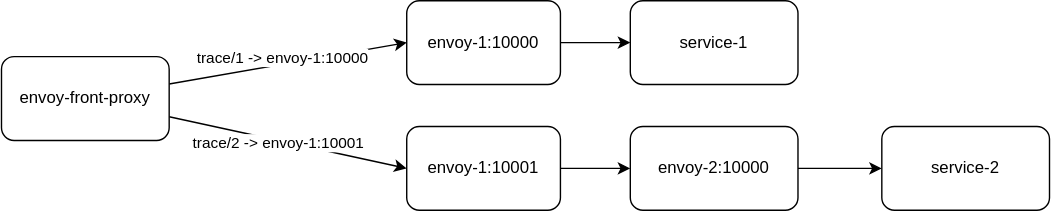
Earlier version of the draw.io export opentelemetry/diagram.drawio.svg (nakamasato/envoy-training). Source tidied: cells renumbered, new cells last; positions are measured from the earlier drawing's top-left corner, leaving out a move shared by most shapes. Its diagram source:
```xml
<mxGraphModel>
  <root>
    <mxCell id="0" />
    <mxCell id="1" parent="0" />
    <mxCell id="2" style="edgeStyle=none;html=1;entryX=0;entryY=0.5;entryDx=0;entryDy=0;" parent="1" edge="1" source="6" target="8">
      <mxGeometry relative="1" as="geometry" />
    </mxCell>
    <mxCell id="3" value="trace/1 -&amp;gt; envoy-1:10000" style="edgeLabel;html=1;align=center;verticalAlign=middle;" parent="2" vertex="1">
      <mxGeometry x="-0.43" y="1" relative="1" as="geometry">
        <mxPoint x="32" y="-10" as="offset" />
      </mxGeometry>
    </mxCell>
    <mxCell id="4" style="edgeStyle=none;html=1;entryX=0;entryY=0.5;entryDx=0;entryDy=0;" parent="1" edge="1" source="6" target="10">
      <mxGeometry relative="1" as="geometry" />
    </mxCell>
    <mxCell id="5" value="trace/2 -&amp;gt; envoy-1:10001" style="edgeLabel;html=1;align=center;verticalAlign=middle;" parent="4" vertex="1">
      <mxGeometry x="-0.08" y="-1" relative="1" as="geometry" />
    </mxCell>
    <mxCell id="6" value="envoy-front-proxy" style="rounded=1;whiteSpace=wrap;html=1;" parent="1" vertex="1">
      <mxGeometry y="40" width="120" height="60" as="geometry" />
    </mxCell>
    <mxCell id="7" style="edgeStyle=none;html=1;entryX=0;entryY=0.5;entryDx=0;entryDy=0;" parent="1" edge="1" source="8" target="11">
      <mxGeometry relative="1" as="geometry" />
    </mxCell>
    <mxCell id="8" value="envoy-1:10000" style="rounded=1;whiteSpace=wrap;html=1;" parent="1" vertex="1">
      <mxGeometry x="290" width="110" height="60" as="geometry" />
    </mxCell>
    <mxCell id="9" style="edgeStyle=none;html=1;" parent="1" edge="1" source="10" target="13">
      <mxGeometry relative="1" as="geometry" />
    </mxCell>
    <mxCell id="10" value="envoy-1:10001" style="rounded=1;whiteSpace=wrap;html=1;" parent="1" vertex="1">
      <mxGeometry x="290" y="90" width="110" height="60" as="geometry" />
    </mxCell>
    <mxCell id="11" value="service-1" style="rounded=1;whiteSpace=wrap;html=1;" parent="1" vertex="1">
      <mxGeometry x="450" width="120" height="60" as="geometry" />
    </mxCell>
    <mxCell id="12" style="edgeStyle=none;html=1;" parent="1" edge="1" source="13" target="14">
      <mxGeometry relative="1" as="geometry" />
    </mxCell>
    <mxCell id="13" value="envoy-2:10000" style="rounded=1;whiteSpace=wrap;html=1;" parent="1" vertex="1">
      <mxGeometry x="450" y="90" width="120" height="60" as="geometry" />
    </mxCell>
    <mxCell id="14" value="service-2" style="rounded=1;whiteSpace=wrap;html=1;" parent="1" vertex="1">
      <mxGeometry x="630" y="90" width="120" height="60" as="geometry" />
    </mxCell>
  </root>
</mxGraphModel>
```
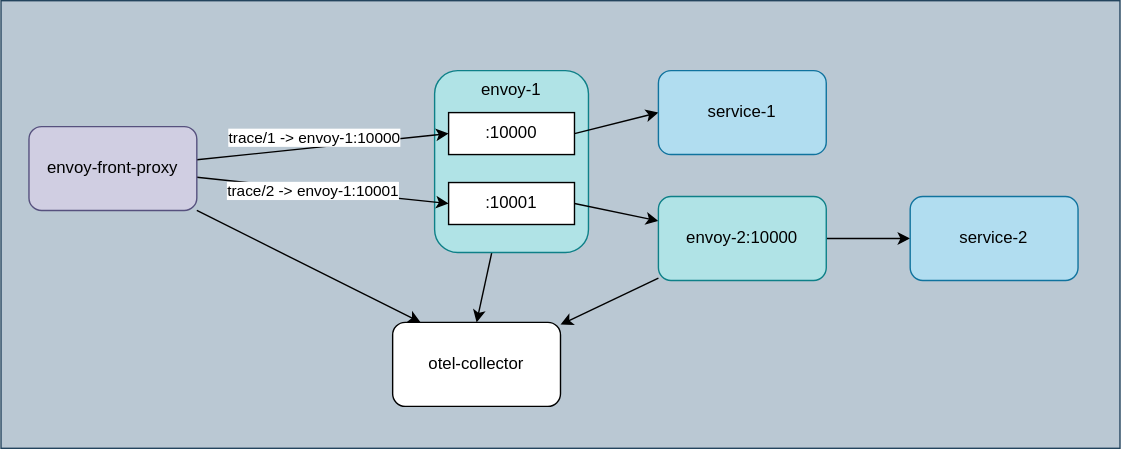
The same diagram one commit later.

Change to the diagram source:
```diff
@@ -2,7 +2,16 @@
   <root>
     <mxCell id="0" />
     <mxCell id="1" parent="0" />
+    <mxCell id="15" style="rounded=0;whiteSpace=wrap;html=1;fillColor=#bac8d3;strokeColor=#23445d;" parent="1" vertex="1">
+      <mxGeometry x="-20" y="-50" width="800" height="320" as="geometry" />
+    </mxCell>
+    <mxCell id="16" style="edgeStyle=none;html=1;entryX=0.5;entryY=0;entryDx=0;entryDy=0;" parent="1" edge="1" source="8" target="21">
+      <mxGeometry relative="1" as="geometry" />
+    </mxCell>
+    <mxCell id="8" value="envoy-1" style="rounded=1;whiteSpace=wrap;html=1;fillColor=#b0e3e6;strokeColor=#0e8088;verticalAlign=top;" parent="1" vertex="1">
+      <mxGeometry x="290" width="110" height="130" as="geometry" />
+    </mxCell>
-    <mxCell id="2" style="edgeStyle=none;html=1;entryX=0;entryY=0.5;entryDx=0;entryDy=0;" parent="1" edge="1" source="6" target="8">
+    <mxCell id="2" style="edgeStyle=none;html=1;entryX=0;entryY=0.5;entryDx=0;entryDy=0;" parent="1" edge="1" source="6" target="19">
       <mxGeometry relative="1" as="geometry" />
     </mxCell>
     <mxCell id="3" value="trace/1 -&amp;gt; envoy-1:10000" style="edgeLabel;html=1;align=center;verticalAlign=middle;" parent="2" vertex="1">
@@ -10,38 +19,47 @@
         <mxPoint x="32" y="-10" as="offset" />
       </mxGeometry>
     </mxCell>
-    <mxCell id="4" style="edgeStyle=none;html=1;entryX=0;entryY=0.5;entryDx=0;entryDy=0;" parent="1" edge="1" source="6" target="10">
+    <mxCell id="4" style="edgeStyle=none;html=1;entryX=0;entryY=0.5;entryDx=0;entryDy=0;" parent="1" edge="1" source="6" target="20">
       <mxGeometry relative="1" as="geometry" />
     </mxCell>
     <mxCell id="5" value="trace/2 -&amp;gt; envoy-1:10001" style="edgeLabel;html=1;align=center;verticalAlign=middle;" parent="4" vertex="1">
       <mxGeometry x="-0.08" y="-1" relative="1" as="geometry" />
     </mxCell>
+    <mxCell id="17" style="edgeStyle=none;html=1;entryX=0.167;entryY=0;entryDx=0;entryDy=0;entryPerimeter=0;" parent="1" edge="1" source="6" target="21">
+      <mxGeometry relative="1" as="geometry" />
+    </mxCell>
-    <mxCell id="6" value="envoy-front-proxy" style="rounded=1;whiteSpace=wrap;html=1;" parent="1" vertex="1">
+    <mxCell id="6" value="envoy-front-proxy" style="rounded=1;whiteSpace=wrap;html=1;fillColor=#d0cee2;strokeColor=#56517e;" parent="1" vertex="1">
       <mxGeometry y="40" width="120" height="60" as="geometry" />
     </mxCell>
-    <mxCell id="7" style="edgeStyle=none;html=1;entryX=0;entryY=0.5;entryDx=0;entryDy=0;" parent="1" edge="1" source="8" target="11">
+    <mxCell id="7" style="edgeStyle=none;html=1;entryX=0;entryY=0.5;entryDx=0;entryDy=0;exitX=1;exitY=0.5;exitDx=0;exitDy=0;" parent="1" edge="1" source="19" target="11">
       <mxGeometry relative="1" as="geometry" />
     </mxCell>
-    <mxCell id="8" value="envoy-1:10000" style="rounded=1;whiteSpace=wrap;html=1;" parent="1" vertex="1">
-      <mxGeometry x="290" width="110" height="60" as="geometry" />
-    </mxCell>
-    <mxCell id="9" style="edgeStyle=none;html=1;" parent="1" edge="1" source="10" target="13">
+    <mxCell id="9" style="edgeStyle=none;html=1;exitX=1;exitY=0.5;exitDx=0;exitDy=0;" parent="1" edge="1" source="20" target="13">
       <mxGeometry relative="1" as="geometry" />
     </mxCell>
-    <mxCell id="10" value="envoy-1:10001" style="rounded=1;whiteSpace=wrap;html=1;" parent="1" vertex="1">
-      <mxGeometry x="290" y="90" width="110" height="60" as="geometry" />
-    </mxCell>
-    <mxCell id="11" value="service-1" style="rounded=1;whiteSpace=wrap;html=1;" parent="1" vertex="1">
+    <mxCell id="11" value="service-1" style="rounded=1;whiteSpace=wrap;html=1;fillColor=#b1ddf0;strokeColor=#10739e;" parent="1" vertex="1">
       <mxGeometry x="450" width="120" height="60" as="geometry" />
     </mxCell>
     <mxCell id="12" style="edgeStyle=none;html=1;" parent="1" edge="1" source="13" target="14">
       <mxGeometry relative="1" as="geometry" />
     </mxCell>
+    <mxCell id="18" style="edgeStyle=none;html=1;" parent="1" edge="1" source="13" target="21">
+      <mxGeometry relative="1" as="geometry" />
+    </mxCell>
-    <mxCell id="13" value="envoy-2:10000" style="rounded=1;whiteSpace=wrap;html=1;" parent="1" vertex="1">
+    <mxCell id="13" value="envoy-2:10000" style="rounded=1;whiteSpace=wrap;html=1;fillColor=#b0e3e6;strokeColor=#0e8088;" parent="1" vertex="1">
       <mxGeometry x="450" y="90" width="120" height="60" as="geometry" />
     </mxCell>
-    <mxCell id="14" value="service-2" style="rounded=1;whiteSpace=wrap;html=1;" parent="1" vertex="1">
+    <mxCell id="14" value="service-2" style="rounded=1;whiteSpace=wrap;html=1;fillColor=#b1ddf0;strokeColor=#10739e;" parent="1" vertex="1">
       <mxGeometry x="630" y="90" width="120" height="60" as="geometry" />
     </mxCell>
+    <mxCell id="19" value=":10000" style="rounded=0;whiteSpace=wrap;html=1;" parent="1" vertex="1">
+      <mxGeometry x="300" y="30" width="90" height="30" as="geometry" />
+    </mxCell>
+    <mxCell id="20" value=":10001" style="rounded=0;whiteSpace=wrap;html=1;" parent="1" vertex="1">
+      <mxGeometry x="300" y="80" width="90" height="30" as="geometry" />
+    </mxCell>
+    <mxCell id="21" value="otel-collector" style="rounded=1;whiteSpace=wrap;html=1;" parent="1" vertex="1">
+      <mxGeometry x="260" y="180" width="120" height="60" as="geometry" />
+    </mxCell>
   </root>
 </mxGraphModel>
```
